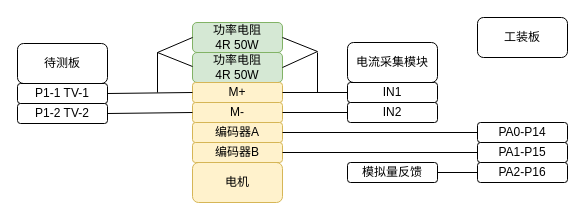
Above: NMC215.drawio in Hanye1108/drawio (draw.io), before the change. Source tidied: cells renumbered, new cells numbered last; positions are measured from the earlier drawing's top-left corner, leaving out a move shared by most shapes. Both pictures are drawn from the tidied source at 100%, with x=0, y=0 at pixel (17, 17).
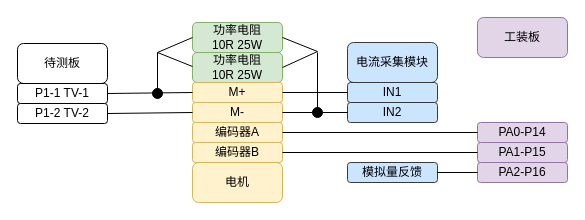
The same page after the edit.

The change refers to these unchanged cells:
```xml
<mxCell id="6" value="M-" style="rounded=1;whiteSpace=wrap;html=1;fillColor=#fff2cc;strokeColor=#d6b656;" parent="1" vertex="1">
  <mxGeometry x="175" y="85" width="90" height="20" as="geometry" />
</mxCell>
```

Change to the diagram source:
```diff
@@
-    <mxCell id="2" value="功率电阻&lt;br&gt;4R 50W" style="rounded=1;whiteSpace=wrap;html=1;fillColor=#d5e8d4;strokeColor=#82b366;" parent="1" vertex="1">
+    <mxCell id="2" value="功率电阻&lt;br&gt;10R 25W" style="rounded=1;whiteSpace=wrap;html=1;fillColor=#d5e8d4;strokeColor=#82b366;" parent="1" vertex="1">
       <mxGeometry x="175" y="5" width="90" height="30" as="geometry" />
     </mxCell>
-    <mxCell id="3" value="功率电阻&lt;br&gt;4R 50W" style="rounded=1;whiteSpace=wrap;html=1;fillColor=#d5e8d4;strokeColor=#82b366;" parent="1" vertex="1">
+    <mxCell id="3" value="功率电阻&lt;br&gt;10R 25W" style="rounded=1;whiteSpace=wrap;html=1;fillColor=#d5e8d4;strokeColor=#82b366;" parent="1" vertex="1">
       <mxGeometry x="175" y="35" width="90" height="30" as="geometry" />
     </mxCell>
@@
-    <mxCell id="12" value="电流采集模块" style="rounded=1;whiteSpace=wrap;html=1;" parent="1" vertex="1">
+    <mxCell id="12" value="电流采集模块" style="rounded=1;whiteSpace=wrap;html=1;fillColor=#cce5ff;strokeColor=#36393d;" parent="1" vertex="1">
       <mxGeometry x="330" y="25" width="90" height="40" as="geometry" />
     </mxCell>
-    <mxCell id="13" value="IN1" style="rounded=1;whiteSpace=wrap;html=1;" parent="1" vertex="1">
+    <mxCell id="13" value="IN1" style="rounded=1;whiteSpace=wrap;html=1;fillColor=#cce5ff;strokeColor=#36393d;" parent="1" vertex="1">
       <mxGeometry x="330" y="65" width="90" height="20" as="geometry" />
     </mxCell>
-    <mxCell id="14" value="IN2" style="rounded=1;whiteSpace=wrap;html=1;" parent="1" vertex="1">
+    <mxCell id="14" value="IN2" style="rounded=1;whiteSpace=wrap;html=1;fillColor=#cce5ff;strokeColor=#36393d;" parent="1" vertex="1">
       <mxGeometry x="330" y="85" width="90" height="20" as="geometry" />
     </mxCell>
-    <mxCell id="15" value="模拟量反馈" style="rounded=1;whiteSpace=wrap;html=1;" parent="1" vertex="1">
+    <mxCell id="15" value="模拟量反馈" style="rounded=1;whiteSpace=wrap;html=1;fillColor=#cce5ff;strokeColor=#36393d;" parent="1" vertex="1">
       <mxGeometry x="330" y="145" width="90" height="20" as="geometry" />
     </mxCell>
-    <mxCell id="16" value="工装板" style="rounded=1;whiteSpace=wrap;html=1;" parent="1" vertex="1">
+    <mxCell id="16" value="工装板" style="rounded=1;whiteSpace=wrap;html=1;fillColor=#e1d5e7;strokeColor=#9673a6;" parent="1" vertex="1">
       <mxGeometry x="460" width="90" height="40" as="geometry" />
     </mxCell>
-    <mxCell id="17" value="PA0-P14" style="rounded=1;whiteSpace=wrap;html=1;" parent="1" vertex="1">
+    <mxCell id="17" value="PA0-P14" style="rounded=1;whiteSpace=wrap;html=1;fillColor=#e1d5e7;strokeColor=#9673a6;" parent="1" vertex="1">
       <mxGeometry x="460" y="105" width="90" height="20" as="geometry" />
     </mxCell>
-    <mxCell id="18" value="PA1-P15" style="rounded=1;whiteSpace=wrap;html=1;" parent="1" vertex="1">
+    <mxCell id="18" value="PA1-P15" style="rounded=1;whiteSpace=wrap;html=1;fillColor=#e1d5e7;strokeColor=#9673a6;" parent="1" vertex="1">
       <mxGeometry x="460" y="125" width="90" height="20" as="geometry" />
     </mxCell>
-    <mxCell id="19" value="PA2-P16" style="rounded=1;whiteSpace=wrap;html=1;" parent="1" vertex="1">
+    <mxCell id="19" value="PA2-P16" style="rounded=1;whiteSpace=wrap;html=1;fillColor=#e1d5e7;strokeColor=#9673a6;" parent="1" vertex="1">
       <mxGeometry x="460" y="145" width="90" height="20" as="geometry" />
     </mxCell>
@@
-    <mxCell id="22" style="endArrow=none;html=1;rounded=0;entryX=0;entryY=0.5;entryDx=0;entryDy=0;" parent="1" edge="1" source="6" target="14">
+    <mxCell id="22" style="endArrow=none;html=1;rounded=0;entryX=0;entryY=0.5;entryDx=0;entryDy=0;" parent="1" edge="1" source="32" target="14">
       <mxGeometry relative="1" as="geometry" />
     </mxCell>
@@
     <mxCell id="30" style="endArrow=none;html=1;rounded=0;" parent="1" edge="1">
       <mxGeometry relative="1" as="geometry">
-        <mxPoint x="300" y="75" as="sourcePoint" />
+        <mxPoint x="300" y="95" as="sourcePoint" />
         <mxPoint x="300" y="35" as="targetPoint" />
       </mxGeometry>
     </mxCell>
+    <mxCell id="31" style="endArrow=none;html=1;rounded=0;entryX=0;entryY=0.5;entryDx=0;entryDy=0;" parent="1" edge="1" source="6" target="32">
+      <mxGeometry relative="1" as="geometry" />
+    </mxCell>
+    <mxCell id="32" style="ellipse;whiteSpace=wrap;html=1;fillColor=#000000;" parent="1" vertex="1">
+      <mxGeometry x="295" y="90" width="10" height="10" as="geometry" />
+    </mxCell>
+    <mxCell id="33" style="ellipse;whiteSpace=wrap;html=1;fillColor=#000000;" parent="1" vertex="1">
+      <mxGeometry x="135" y="71" width="10" height="10" as="geometry" />
+    </mxCell>
```
